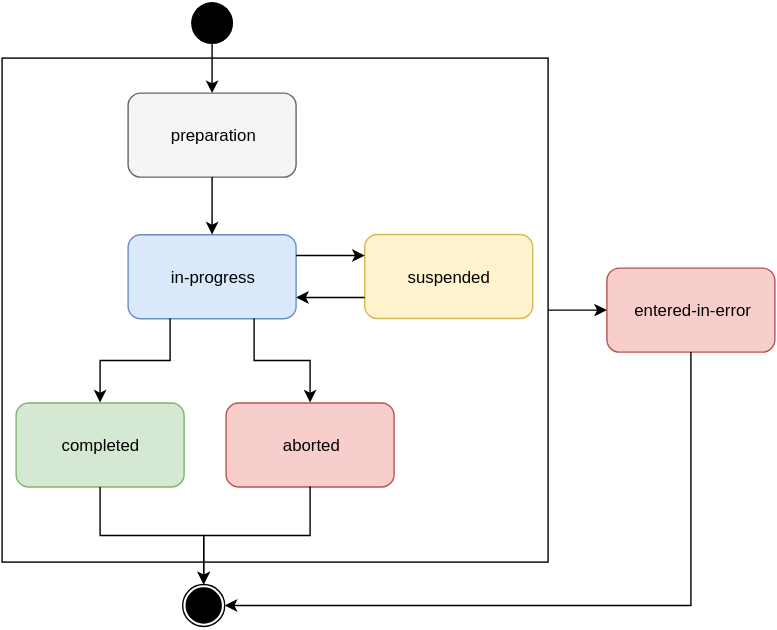
Earlier version of the draw.io export images/event-state-machine.svg (HL7/fhir). Source tidied: cells renumbered, new cells last; positions are measured from the earlier drawing's top-left corner, leaving out a move shared by most shapes.
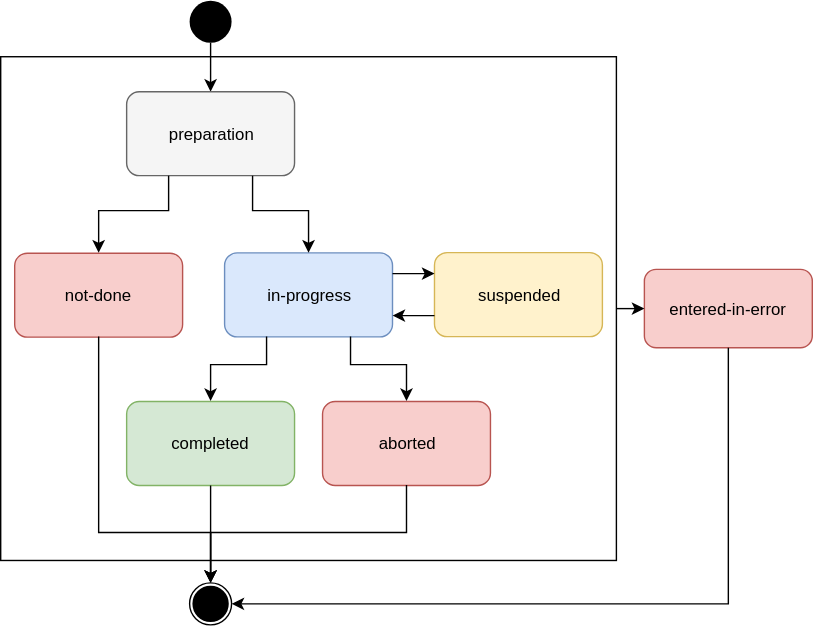
After the commit.

What changed in the source:
```diff
@@ -1,92 +1,116 @@
 <mxGraphModel background="#ffffff">
   <root>
-    <mxCell id="0" />
+    <mxCell id="0" style="html=1;" />
-    <mxCell id="1" parent="0" />
+    <mxCell id="1" style="html=1;" parent="0" />
-    <mxCell id="2" style="whiteSpace=wrap;html=1;" parent="1" vertex="1">
-      <mxGeometry y="40" width="390" height="360" as="geometry" />
-    </mxCell>
-    <mxCell id="3" style="ellipse;fillColor=#000000;strokeColor=none;html=1;" parent="1" vertex="1">
-      <mxGeometry x="135" width="30" height="30" as="geometry" />
-    </mxCell>
+    <mxCell id="21" style="whiteSpace=wrap;html=1;" parent="1" vertex="1">
+      <mxGeometry x="-70" y="40" width="440" height="360" as="geometry" />
+    </mxCell>
+    <mxCell id="22" style="ellipse;fillColor=#000000;strokeColor=none;html=1;" parent="1" vertex="1">
+      <mxGeometry x="65" width="30" height="30" as="geometry" />
+    </mxCell>
     <mxCell id="4" value="in-progress" style="rounded=1;whiteSpace=wrap;html=1;fillColor=#dae8fc;strokeColor=#6c8ebf;" parent="1" vertex="1">
-      <mxGeometry x="90" y="166.2" width="120" height="60" as="geometry" />
+      <mxGeometry x="90" y="180.2" width="120" height="60" as="geometry" />
     </mxCell>
-    <mxCell id="5" style="edgeStyle=orthogonalEdgeStyle;rounded=0;html=1;entryX=0.5;entryY=0;jettySize=auto;" parent="1" edge="1" source="3" target="7">
-      <mxGeometry x="230" y="70" as="geometry" />
-    </mxCell>
+    <mxCell id="23" style="edgeStyle=orthogonalEdgeStyle;rounded=0;html=1;entryX=0.5;entryY=0;jettySize=auto;" parent="1" edge="1" source="22" target="7">
+      <mxGeometry relative="1" as="geometry" />
+    </mxCell>
     <mxCell id="6" value="entered-in-error" style="rounded=1;whiteSpace=wrap;html=1;fillColor=#f8cecc;strokeColor=#b85450;" parent="1" vertex="1">
-      <mxGeometry x="432" y="190" width="120" height="60" as="geometry" />
+      <mxGeometry x="390" y="192" width="120" height="56" as="geometry" />
     </mxCell>
     <mxCell id="7" value="preparation" style="rounded=1;whiteSpace=wrap;html=1;fillColor=#f5f5f5;strokeColor=#666666;" parent="1" vertex="1">
-      <mxGeometry x="90" y="65" width="120" height="60" as="geometry" />
+      <mxGeometry x="20" y="65" width="120" height="60" as="geometry" />
     </mxCell>
     <mxCell id="8" value="completed" style="rounded=1;whiteSpace=wrap;html=1;fillColor=#d5e8d4;strokeColor=#82b366;" parent="1" vertex="1">
-      <mxGeometry x="10" y="286.4" width="120" height="60" as="geometry" />
+      <mxGeometry x="20" y="286.4" width="120" height="60" as="geometry" />
     </mxCell>
     <mxCell id="9" value="aborted" style="rounded=1;whiteSpace=wrap;html=1;fillColor=#f8cecc;strokeColor=#b85450;" parent="1" vertex="1">
       <mxGeometry x="160" y="286.4" width="120" height="60" as="geometry" />
     </mxCell>
     <mxCell id="10" value="suspended" style="rounded=1;whiteSpace=wrap;html=1;fillColor=#fff2cc;strokeColor=#d6b656;" parent="1" vertex="1">
-      <mxGeometry x="259" y="166" width="120" height="60" as="geometry" />
+      <mxGeometry x="240" y="180" width="120" height="60" as="geometry" />
     </mxCell>
     <mxCell id="11" style="edgeStyle=orthogonalEdgeStyle;rounded=0;html=1;entryX=0;entryY=0.25;jettySize=auto;exitX=1;exitY=0.25;" parent="1" edge="1" source="4" target="10">
-      <mxGeometry x="290" y="221" as="geometry" />
+      <mxGeometry relative="1" as="geometry" />
     </mxCell>
     <mxCell id="12" style="edgeStyle=orthogonalEdgeStyle;rounded=0;html=1;entryX=1;entryY=0.75;jettySize=auto;exitX=0;exitY=0.75;" parent="1" edge="1" source="10" target="4">
-      <mxGeometry x="290" y="251" as="geometry" />
+      <mxGeometry relative="1" as="geometry" />
     </mxCell>
     <mxCell id="13" style="edgeStyle=orthogonalEdgeStyle;rounded=0;html=1;entryX=0.5;entryY=0;jettySize=auto;exitX=0.25;exitY=1;" parent="1" edge="1" source="4" target="8">
-      <mxGeometry x="150" y="266" as="geometry">
+      <mxGeometry relative="1" as="geometry">
         <Array as="points">
-          <mxPoint x="120" y="256" />
-          <mxPoint x="70" y="256" />
+          <mxPoint x="120" y="260" />
+          <mxPoint x="80" y="260" />
         </Array>
       </mxGeometry>
     </mxCell>
     <mxCell id="14" style="edgeStyle=orthogonalEdgeStyle;rounded=0;html=1;entryX=0.5;entryY=0;jettySize=auto;exitX=0.75;exitY=1;" parent="1" edge="1" source="4" target="9">
-      <mxGeometry x="260" y="266" as="geometry">
+      <mxGeometry relative="1" as="geometry">
         <Array as="points">
-          <mxPoint x="180" y="256" />
-          <mxPoint x="220" y="256" />
+          <mxPoint x="180" y="260" />
+          <mxPoint x="220" y="260" />
         </Array>
       </mxGeometry>
     </mxCell>
-    <mxCell id="15" style="edgeStyle=orthogonalEdgeStyle;rounded=0;html=1;entryX=0;entryY=0.5;jettySize=auto;" parent="1" edge="1" source="2" target="6">
-      <mxGeometry x="470" y="260" as="geometry" />
-    </mxCell>
-    <mxCell id="16" style="shape=mxgraph.bpmn.terminate;fillColor=white;strokeColor=black;strokeWidth=2;perimeter=ellipsePerimeter;html=1;" parent="1" vertex="1">
-      <mxGeometry x="129" y="416" width="30" height="30" as="geometry" />
-    </mxCell>
-    <mxCell id="17" style="edgeStyle=orthogonalEdgeStyle;rounded=0;html=1;jettySize=auto;exitX=0.5;exitY=1;entryX=1;entryY=0.5;entryPerimeter=0;" parent="1" edge="1" source="6" target="16">
-      <mxGeometry x="239" y="290" as="geometry">
-        <Array as="points">
-          <mxPoint x="492" y="431" />
-        </Array>
-      </mxGeometry>
-    </mxCell>
-    <mxCell id="18" style="edgeStyle=orthogonalEdgeStyle;rounded=0;html=1;entryX=0.5;entryY=0;entryPerimeter=0;jettySize=auto;" parent="1" edge="1" source="8" target="16">
-      <mxGeometry x="150" y="386.4" as="geometry">
-        <Array as="points">
-          <mxPoint x="70" y="381" />
-          <mxPoint x="144" y="381" />
-        </Array>
-      </mxGeometry>
-    </mxCell>
-    <mxCell id="19" style="edgeStyle=orthogonalEdgeStyle;rounded=0;html=1;entryX=0.5;entryY=0;entryPerimeter=0;jettySize=auto;exitX=0.5;exitY=1;" parent="1" edge="1" source="9" target="16">
-      <mxGeometry x="224" y="386" as="geometry">
-        <Array as="points">
-          <mxPoint x="220" y="381" />
-          <mxPoint x="144" y="381" />
-        </Array>
-      </mxGeometry>
-    </mxCell>
+    <mxCell id="24" style="edgeStyle=orthogonalEdgeStyle;rounded=0;html=1;entryX=0;entryY=0.5;jettySize=auto;" parent="1" edge="1" source="21" target="6">
+      <mxGeometry relative="1" as="geometry">
+        <Array as="points">
+          <mxPoint x="390" y="220" />
+          <mxPoint x="390" y="220" />
+        </Array>
+      </mxGeometry>
+    </mxCell>
+    <mxCell id="25" style="shape=mxgraph.bpmn.terminate;fillColor=white;strokeColor=black;strokeWidth=2;perimeter=ellipsePerimeter;html=1;" parent="1" vertex="1">
+      <mxGeometry x="65" y="416" width="30" height="30" as="geometry" />
+    </mxCell>
+    <mxCell id="26" style="edgeStyle=orthogonalEdgeStyle;rounded=0;html=1;jettySize=auto;exitX=0.5;exitY=1;entryX=1;entryY=0.5;entryPerimeter=0;" parent="1" edge="1" source="6" target="25">
+      <mxGeometry relative="1" as="geometry">
+        <Array as="points">
+          <mxPoint x="450" y="431" />
+        </Array>
+      </mxGeometry>
+    </mxCell>
+    <mxCell id="27" style="edgeStyle=orthogonalEdgeStyle;rounded=0;html=1;entryX=0.5;entryY=0;entryPerimeter=0;jettySize=auto;" parent="1" edge="1" source="8" target="25">
+      <mxGeometry relative="1" as="geometry">
+        <Array as="points">
+          <mxPoint x="80" y="390" />
+          <mxPoint x="80" y="390" />
+        </Array>
+      </mxGeometry>
+    </mxCell>
+    <mxCell id="28" style="edgeStyle=orthogonalEdgeStyle;rounded=0;html=1;entryX=0.5;entryY=0;entryPerimeter=0;jettySize=auto;exitX=0.5;exitY=1;" parent="1" edge="1" source="9" target="25">
+      <mxGeometry relative="1" as="geometry">
+        <Array as="points">
+          <mxPoint x="220" y="380" />
+          <mxPoint x="80" y="380" />
+        </Array>
+      </mxGeometry>
+    </mxCell>
-    <mxCell id="20" style="edgeStyle=orthogonalEdgeStyle;rounded=0;html=1;entryX=0.5;entryY=0;jettySize=auto;exitX=0.5;exitY=1;" parent="1" edge="1" source="7" target="4">
+    <mxCell id="20" style="edgeStyle=orthogonalEdgeStyle;rounded=0;html=1;entryX=0.5;entryY=0;jettySize=auto;exitX=0.75;exitY=1;" parent="1" edge="1" source="7" target="4">
       <mxGeometry x="185" y="160" as="geometry">
         <Array as="points">
-          <mxPoint x="150" y="140" />
-          <mxPoint x="150" y="140" />
+          <mxPoint x="110" y="150" />
+          <mxPoint x="150" y="150" />
         </Array>
       </mxGeometry>
     </mxCell>
+    <mxCell id="29" value="not-done" style="rounded=1;whiteSpace=wrap;html=1;fillColor=#f8cecc;strokeColor=#b85450;" parent="1" vertex="1">
+      <mxGeometry x="-60" y="180.4" width="120" height="60" as="geometry" />
+    </mxCell>
+    <mxCell id="30" style="edgeStyle=orthogonalEdgeStyle;rounded=0;html=1;jettySize=auto;exitX=0.5;exitY=1;entryX=0.5;entryY=0;entryPerimeter=0;" parent="1" edge="1" source="29" target="25">
+      <mxGeometry relative="1" as="geometry">
+        <Array as="points">
+          <mxPoint y="380" />
+          <mxPoint x="80" y="380" />
+        </Array>
+      </mxGeometry>
+    </mxCell>
+    <mxCell id="31" style="edgeStyle=orthogonalEdgeStyle;rounded=0;html=1;entryX=0.5;entryY=0;jettySize=auto;exitX=0.25;exitY=1;" parent="1" edge="1" source="7" target="29">
+      <mxGeometry x="195" y="170" as="geometry">
+        <Array as="points">
+          <mxPoint x="50" y="150" />
+          <mxPoint y="150" />
+        </Array>
+      </mxGeometry>
+    </mxCell>
   </root>
 </mxGraphModel>
```
